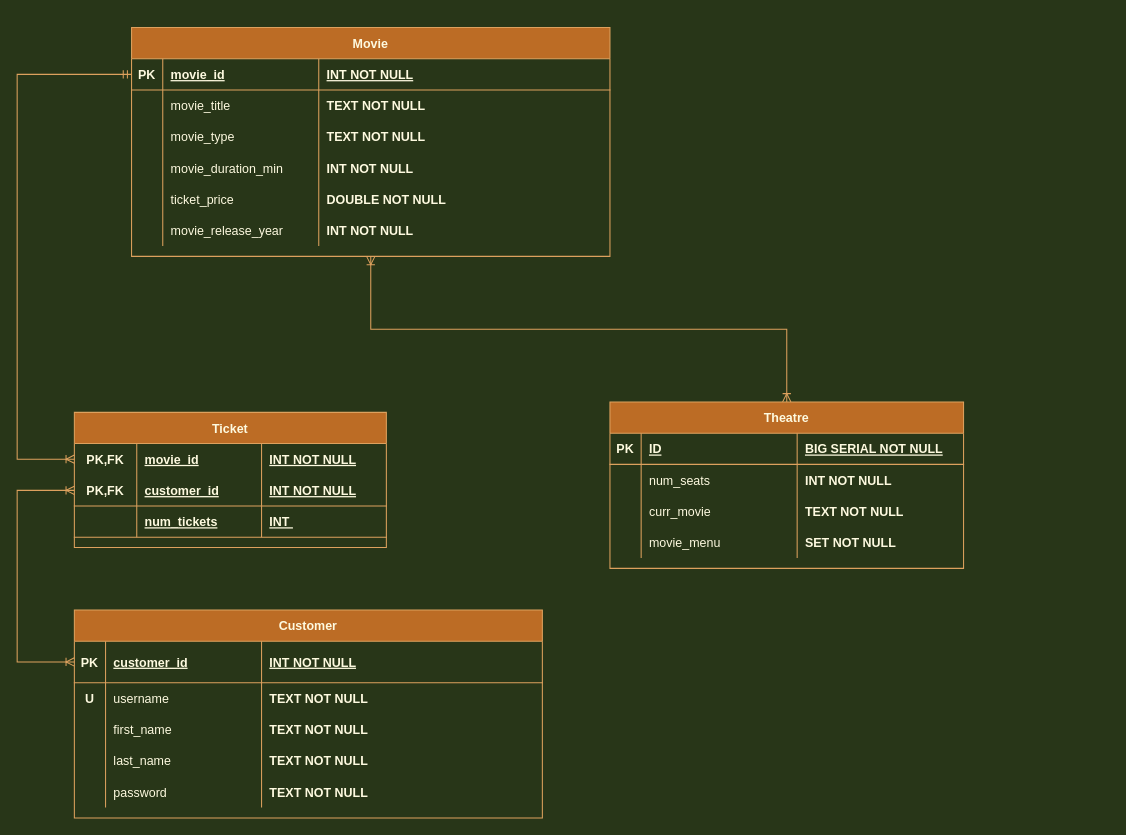
This is project_1-working_edr.drawio from Daebaks/CustomORM, a draw.io file, before an edit. Source tidied: cells renumbered, new cells numbered last; positions are measured from the earlier drawing's top-left corner, leaving out a move shared by most shapes. Both pictures are drawn from the tidied source at 104%, with x=0, y=0 at pixel (17, 27).
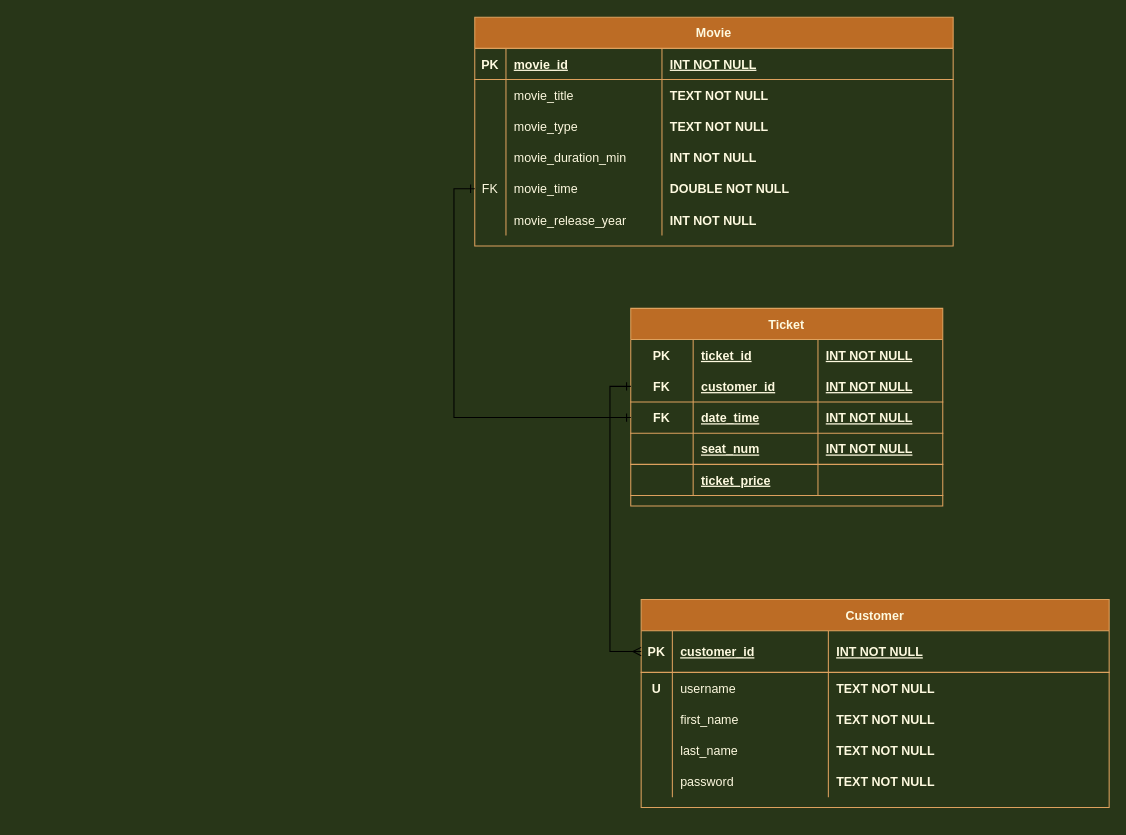
After the change.

Unchanged cells that the change refers to:
```xml
<mxCell id="4" style="shape=tableRow;horizontal=0;startSize=0;swimlaneHead=0;swimlaneBody=0;fillColor=none;points=[[0,0.5],[1,0.5]];portConstraint=eastwest;top=0;left=0;right=0;bottom=1;strokeColor=#DDA15E;fontColor=#FEFAE0;" parent="3" vertex="1">
  <mxGeometry y="30" width="460" height="30" as="geometry" />
</mxCell>
<mxCell id="20" style="shape=tableRow;horizontal=0;startSize=0;swimlaneHead=0;swimlaneBody=0;fillColor=none;top=0;left=0;right=0;bottom=0;strokeColor=#DDA15E;fontColor=#FEFAE0;" parent="3" vertex="1">
  <mxGeometry y="150" width="460" height="30" as="geometry" />
</mxCell>
<mxCell id="29" style="shape=tableRow;horizontal=0;startSize=0;swimlaneHead=0;swimlaneBody=0;fillColor=none;points=[[0,0.5],[1,0.5]];portConstraint=eastwest;top=0;left=0;right=0;bottom=0;strokeColor=#DDA15E;fontColor=#FEFAE0;" parent="28" vertex="1">
  <mxGeometry y="30" width="300" height="30" as="geometry" />
</mxCell>
<mxCell id="42" style="shape=tableRow;horizontal=0;startSize=0;swimlaneHead=0;swimlaneBody=0;fillColor=none;points=[[0,0.5],[1,0.5]];portConstraint=eastwest;top=0;left=0;right=0;bottom=1;strokeColor=#DDA15E;fontColor=#FEFAE0;" parent="41" vertex="1">
  <mxGeometry y="30" width="450" height="40" as="geometry" />
</mxCell>
```

Diff of the diagram source:
```diff
@@
-    <mxCell id="2" style="edgeStyle=orthogonalEdgeStyle;rounded=0;jettySize=auto;html=1;exitX=0.5;exitY=1;exitDx=0;exitDy=0;entryX=0.5;entryY=0;entryDx=0;entryDy=0;startArrow=ERoneToMany;startFill=0;endArrow=ERoneToMany;endFill=0;labelBackgroundColor=#283618;strokeColor=#DDA15E;fontColor=#FEFAE0;" parent="1" edge="1" source="3" target="64">
-      <mxGeometry relative="1" as="geometry" />
-    </mxCell>
     <mxCell id="3" value="Movie" style="shape=table;startSize=30;childLayout=tableLayout;rowLines=0;fontStyle=1;align=center;fillColor=#BC6C25;strokeColor=#DDA15E;fontColor=#FEFAE0;" parent="1" vertex="1">
-      <mxGeometry x="110" width="460" height="220" as="geometry" />
+      <mxGeometry x="440" y="-10" width="460" height="220" as="geometry" />
     </mxCell>
@@
-    <mxCell id="21" style="shape=partialRectangle;fillColor=none;top=0;left=0;bottom=0;right=0;overflow=hidden;strokeColor=#DDA15E;fontColor=#FEFAE0;" parent="20" vertex="1">
+    <mxCell id="21" value="FK" style="shape=partialRectangle;fillColor=none;top=0;left=0;bottom=0;right=0;overflow=hidden;strokeColor=#DDA15E;fontColor=#FEFAE0;" parent="20" vertex="1">
       <mxGeometry width="30" height="30" as="geometry" />
     </mxCell>
-    <mxCell id="22" value="ticket_price" style="shape=partialRectangle;fillColor=none;top=0;left=0;bottom=0;right=0;align=left;spacingLeft=6;overflow=hidden;strokeColor=#DDA15E;fontColor=#FEFAE0;" parent="20" vertex="1">
+    <mxCell id="22" value="movie_time" style="shape=partialRectangle;fillColor=none;top=0;left=0;bottom=0;right=0;align=left;spacingLeft=6;overflow=hidden;strokeColor=#DDA15E;fontColor=#FEFAE0;" parent="20" vertex="1">
       <mxGeometry x="30" width="150" height="30" as="geometry" />
     </mxCell>
@@
     <mxCell id="28" value="Ticket" style="shape=table;startSize=30;childLayout=tableLayout;rowLines=0;fontStyle=1;align=center;fillColor=#BC6C25;strokeColor=#DDA15E;fontColor=#FEFAE0;" parent="1" vertex="1">
-      <mxGeometry x="55" y="370" width="300" height="130" as="geometry" />
+      <mxGeometry x="590" y="270" width="300" height="190" as="geometry" />
     </mxCell>
@@
-    <mxCell id="30" value="PK,FK" style="shape=partialRectangle;fillColor=none;top=0;left=0;bottom=0;right=0;fontStyle=1;overflow=hidden;strokeColor=#DDA15E;fontColor=#FEFAE0;" parent="29" vertex="1">
+    <mxCell id="30" value="PK" style="shape=partialRectangle;fillColor=none;top=0;left=0;bottom=0;right=0;fontStyle=1;overflow=hidden;strokeColor=#DDA15E;fontColor=#FEFAE0;" parent="29" vertex="1">
       <mxGeometry width="60" height="30" as="geometry" />
     </mxCell>
-    <mxCell id="31" value="movie_id" style="shape=partialRectangle;fillColor=none;top=0;left=0;bottom=0;right=0;align=left;spacingLeft=6;fontStyle=5;overflow=hidden;strokeColor=#DDA15E;fontColor=#FEFAE0;" parent="29" vertex="1">
+    <mxCell id="31" value="ticket_id" style="shape=partialRectangle;fillColor=none;top=0;left=0;bottom=0;right=0;align=left;spacingLeft=6;fontStyle=5;overflow=hidden;strokeColor=#DDA15E;fontColor=#FEFAE0;" parent="29" vertex="1">
       <mxGeometry x="60" width="120" height="30" as="geometry" />
     </mxCell>
@@
+    <mxCell id="81" style="shape=tableRow;horizontal=0;startSize=0;swimlaneHead=0;swimlaneBody=0;fillColor=none;points=[[0,0.5],[1,0.5]];portConstraint=eastwest;top=0;left=0;right=0;bottom=1;strokeColor=#DDA15E;fontColor=#FEFAE0;" parent="28" vertex="1">
+      <mxGeometry y="60" width="300" height="30" as="geometry" />
+    </mxCell>
+    <mxCell id="82" value="FK" style="shape=partialRectangle;fillColor=none;top=0;left=0;bottom=0;right=0;fontStyle=1;overflow=hidden;strokeColor=#DDA15E;fontColor=#FEFAE0;" parent="81" vertex="1">
+      <mxGeometry width="60" height="30" as="geometry" />
+    </mxCell>
+    <mxCell id="83" value="customer_id" style="shape=partialRectangle;fillColor=none;top=0;left=0;bottom=0;right=0;align=left;spacingLeft=6;fontStyle=5;overflow=hidden;strokeColor=#DDA15E;fontColor=#FEFAE0;" parent="81" vertex="1">
+      <mxGeometry x="60" width="120" height="30" as="geometry" />
+    </mxCell>
+    <mxCell id="84" value="INT NOT NULL" style="shape=partialRectangle;fillColor=none;top=0;left=0;bottom=0;right=0;align=left;spacingLeft=6;fontStyle=5;overflow=hidden;strokeColor=#DDA15E;fontColor=#FEFAE0;" parent="81" vertex="1">
+      <mxGeometry x="180" width="120" height="30" as="geometry" />
+    </mxCell>
+    <mxCell id="37" style="shape=tableRow;horizontal=0;startSize=0;swimlaneHead=0;swimlaneBody=0;fillColor=none;points=[[0,0.5],[1,0.5]];portConstraint=eastwest;top=0;left=0;right=0;bottom=1;strokeColor=#DDA15E;fontColor=#FEFAE0;" parent="28" vertex="1">
+      <mxGeometry y="90" width="300" height="30" as="geometry" />
+    </mxCell>
+    <mxCell id="85" value="FK" style="shape=partialRectangle;fillColor=none;top=0;left=0;bottom=0;right=0;fontStyle=1;overflow=hidden;strokeColor=#DDA15E;fontColor=#FEFAE0;" parent="37" vertex="1">
+      <mxGeometry width="60" height="30" as="geometry" />
+    </mxCell>
+    <mxCell id="86" value="date_time" style="shape=partialRectangle;fillColor=none;top=0;left=0;bottom=0;right=0;align=left;spacingLeft=6;fontStyle=5;overflow=hidden;strokeColor=#DDA15E;fontColor=#FEFAE0;" parent="37" vertex="1">
+      <mxGeometry x="60" width="120" height="30" as="geometry" />
+    </mxCell>
+    <mxCell id="87" value="INT NOT NULL" style="shape=partialRectangle;fillColor=none;top=0;left=0;bottom=0;right=0;align=left;spacingLeft=6;fontStyle=5;overflow=hidden;strokeColor=#DDA15E;fontColor=#FEFAE0;" parent="37" vertex="1">
+      <mxGeometry x="180" width="120" height="30" as="geometry" />
+    </mxCell>
     <mxCell id="33" style="shape=tableRow;horizontal=0;startSize=0;swimlaneHead=0;swimlaneBody=0;fillColor=none;points=[[0,0.5],[1,0.5]];portConstraint=eastwest;top=0;left=0;right=0;bottom=1;strokeColor=#DDA15E;fontColor=#FEFAE0;" parent="28" vertex="1">
-      <mxGeometry y="60" width="300" height="30" as="geometry" />
+      <mxGeometry y="120" width="300" height="30" as="geometry" />
     </mxCell>
-    <mxCell id="34" value="PK,FK" style="shape=partialRectangle;fillColor=none;top=0;left=0;bottom=0;right=0;fontStyle=1;overflow=hidden;strokeColor=#DDA15E;fontColor=#FEFAE0;" parent="33" vertex="1">
+    <mxCell id="34" style="shape=partialRectangle;fillColor=none;top=0;left=0;bottom=0;right=0;fontStyle=1;overflow=hidden;strokeColor=#DDA15E;fontColor=#FEFAE0;" parent="33" vertex="1">
       <mxGeometry width="60" height="30" as="geometry" />
     </mxCell>
-    <mxCell id="35" value="customer_id" style="shape=partialRectangle;fillColor=none;top=0;left=0;bottom=0;right=0;align=left;spacingLeft=6;fontStyle=5;overflow=hidden;strokeColor=#DDA15E;fontColor=#FEFAE0;" parent="33" vertex="1">
+    <mxCell id="35" value="seat_num" style="shape=partialRectangle;fillColor=none;top=0;left=0;bottom=0;right=0;align=left;spacingLeft=6;fontStyle=5;overflow=hidden;strokeColor=#DDA15E;fontColor=#FEFAE0;" parent="33" vertex="1">
       <mxGeometry x="60" width="120" height="30" as="geometry" />
     </mxCell>
@@
-    <mxCell id="37" style="shape=tableRow;horizontal=0;startSize=0;swimlaneHead=0;swimlaneBody=0;fillColor=none;points=[[0,0.5],[1,0.5]];portConstraint=eastwest;top=0;left=0;right=0;bottom=1;strokeColor=#DDA15E;fontColor=#FEFAE0;" parent="28" vertex="1">
-      <mxGeometry y="90" width="300" height="30" as="geometry" />
-    </mxCell>
+    <mxCell id="88" style="shape=tableRow;horizontal=0;startSize=0;swimlaneHead=0;swimlaneBody=0;fillColor=none;top=0;left=0;right=0;bottom=1;strokeColor=#DDA15E;fontColor=#FEFAE0;" parent="28" vertex="1">
+      <mxGeometry y="150" width="300" height="30" as="geometry" />
+    </mxCell>
-    <mxCell id="38" style="shape=partialRectangle;fillColor=none;top=0;left=0;bottom=0;right=0;fontStyle=1;overflow=hidden;strokeColor=#DDA15E;fontColor=#FEFAE0;" parent="37" vertex="1">
+    <mxCell id="38" style="shape=partialRectangle;fillColor=none;top=0;left=0;bottom=0;right=0;fontStyle=1;overflow=hidden;strokeColor=#DDA15E;fontColor=#FEFAE0;" parent="88" vertex="1">
       <mxGeometry width="60" height="30" as="geometry" />
     </mxCell>
-    <mxCell id="39" value="num_tickets" style="shape=partialRectangle;fillColor=none;top=0;left=0;bottom=0;right=0;align=left;spacingLeft=6;fontStyle=5;overflow=hidden;strokeColor=#DDA15E;fontColor=#FEFAE0;" parent="37" vertex="1">
-      <mxGeometry x="60" width="120" height="30" as="geometry" />
-    </mxCell>
-    <mxCell id="40" value="INT " style="shape=partialRectangle;fillColor=none;top=0;left=0;bottom=0;right=0;align=left;spacingLeft=6;fontStyle=5;overflow=hidden;strokeColor=#DDA15E;fontColor=#FEFAE0;" parent="37" vertex="1">
-      <mxGeometry x="180" width="120" height="30" as="geometry" />
-    </mxCell>
+    <mxCell id="89" value="ticket_price" style="shape=partialRectangle;fillColor=none;top=0;left=0;bottom=0;right=0;align=left;spacingLeft=6;fontStyle=5;overflow=hidden;strokeColor=#DDA15E;fontColor=#FEFAE0;" parent="88" vertex="1">
+      <mxGeometry x="60" width="120" height="30" as="geometry" />
+    </mxCell>
+    <mxCell id="90" style="shape=partialRectangle;fillColor=none;top=0;left=0;bottom=0;right=0;align=left;spacingLeft=6;fontStyle=5;overflow=hidden;strokeColor=#DDA15E;fontColor=#FEFAE0;" parent="88" vertex="1">
+      <mxGeometry x="180" width="120" height="30" as="geometry" />
+    </mxCell>
     <mxCell id="41" value="Customer" style="shape=table;startSize=30;childLayout=tableLayout;rowLines=0;fontStyle=1;align=center;fillColor=#BC6C25;strokeColor=#DDA15E;fontColor=#FEFAE0;" parent="1" vertex="1">
-      <mxGeometry x="55" y="560" width="450" height="200" as="geometry" />
+      <mxGeometry x="600" y="550" width="450" height="200" as="geometry" />
     </mxCell>
@@
-    <mxCell id="62" style="edgeStyle=orthogonalEdgeStyle;rounded=0;jettySize=auto;html=1;exitX=0;exitY=0.5;exitDx=0;exitDy=0;startArrow=ERoneToMany;startFill=0;endArrow=ERmandOne;endFill=0;entryX=0;entryY=0.5;entryDx=0;entryDy=0;labelBackgroundColor=#283618;strokeColor=#DDA15E;fontColor=#FEFAE0;" parent="1" edge="1" source="29" target="4">
-      <mxGeometry relative="1" as="geometry">
-        <Array as="points">
-          <mxPoint y="415" />
-          <mxPoint y="45" />
-        </Array>
-      </mxGeometry>
-    </mxCell>
-    <mxCell id="63" style="edgeStyle=orthogonalEdgeStyle;rounded=0;jettySize=auto;html=1;exitX=0;exitY=0.5;exitDx=0;exitDy=0;entryX=0;entryY=0.5;entryDx=0;entryDy=0;startArrow=ERoneToMany;startFill=0;endArrow=ERoneToMany;endFill=0;labelBackgroundColor=#283618;strokeColor=#DDA15E;fontColor=#FEFAE0;" parent="1" edge="1" source="33" target="42">
-      <mxGeometry relative="1" as="geometry">
-        <Array as="points">
-          <mxPoint y="445" />
-          <mxPoint y="610" />
-        </Array>
-      </mxGeometry>
-    </mxCell>
-    <mxCell id="64" value="Theatre" style="shape=table;startSize=30;childLayout=tableLayout;rowLines=0;fontStyle=1;align=center;fillColor=#BC6C25;strokeColor=#DDA15E;fontColor=#FEFAE0;" parent="1" vertex="1">
-      <mxGeometry x="570" y="360" width="340" height="160" as="geometry" />
-    </mxCell>
-    <mxCell id="65" style="shape=tableRow;horizontal=0;startSize=0;swimlaneHead=0;swimlaneBody=0;fillColor=none;top=0;left=0;right=0;bottom=1;strokeColor=#DDA15E;fontColor=#FEFAE0;" parent="64" vertex="1">
-      <mxGeometry y="30" width="340" height="30" as="geometry" />
-    </mxCell>
-    <mxCell id="66" value="PK" style="shape=partialRectangle;fillColor=none;top=0;left=0;bottom=0;right=0;fontStyle=1;overflow=hidden;strokeColor=#DDA15E;fontColor=#FEFAE0;" parent="65" vertex="1">
-      <mxGeometry width="30" height="30" as="geometry" />
-    </mxCell>
-    <mxCell id="67" value="ID" style="shape=partialRectangle;fillColor=none;top=0;left=0;bottom=0;right=0;align=left;spacingLeft=6;fontStyle=5;overflow=hidden;strokeColor=#DDA15E;fontColor=#FEFAE0;" parent="65" vertex="1">
-      <mxGeometry x="30" width="150" height="30" as="geometry" />
-    </mxCell>
-    <mxCell id="68" value="BIG SERIAL NOT NULL" style="shape=partialRectangle;fillColor=none;top=0;left=0;bottom=0;right=0;align=left;spacingLeft=6;fontStyle=5;overflow=hidden;strokeColor=#DDA15E;fontColor=#FEFAE0;" parent="65" vertex="1">
-      <mxGeometry x="180" width="160" height="30" as="geometry" />
-    </mxCell>
-    <mxCell id="69" style="shape=tableRow;horizontal=0;startSize=0;swimlaneHead=0;swimlaneBody=0;fillColor=none;top=0;left=0;right=0;bottom=0;strokeColor=#DDA15E;fontColor=#FEFAE0;" parent="64" vertex="1">
-      <mxGeometry y="60" width="340" height="30" as="geometry" />
-    </mxCell>
-    <mxCell id="70" style="shape=partialRectangle;fillColor=none;top=0;left=0;bottom=0;right=0;overflow=hidden;strokeColor=#DDA15E;fontColor=#FEFAE0;" parent="69" vertex="1">
-      <mxGeometry width="30" height="30" as="geometry" />
-    </mxCell>
-    <mxCell id="71" value="num_seats" style="shape=partialRectangle;fillColor=none;top=0;left=0;bottom=0;right=0;align=left;spacingLeft=6;overflow=hidden;strokeColor=#DDA15E;fontColor=#FEFAE0;" parent="69" vertex="1">
-      <mxGeometry x="30" width="150" height="30" as="geometry" />
-    </mxCell>
-    <mxCell id="72" value="INT NOT NULL" style="shape=partialRectangle;fillColor=none;top=0;left=0;bottom=0;right=0;align=left;spacingLeft=6;overflow=hidden;fontStyle=1;strokeColor=#DDA15E;fontColor=#FEFAE0;" parent="69" vertex="1">
-      <mxGeometry x="180" width="160" height="30" as="geometry" />
-    </mxCell>
-    <mxCell id="73" style="shape=tableRow;horizontal=0;startSize=0;swimlaneHead=0;swimlaneBody=0;fillColor=none;top=0;left=0;right=0;bottom=0;strokeColor=#DDA15E;fontColor=#FEFAE0;" parent="64" vertex="1">
-      <mxGeometry y="90" width="340" height="30" as="geometry" />
-    </mxCell>
-    <mxCell id="74" style="shape=partialRectangle;fillColor=none;top=0;left=0;bottom=0;right=0;overflow=hidden;strokeColor=#DDA15E;fontColor=#FEFAE0;" parent="73" vertex="1">
-      <mxGeometry width="30" height="30" as="geometry" />
-    </mxCell>
-    <mxCell id="75" value="curr_movie" style="shape=partialRectangle;fillColor=none;top=0;left=0;bottom=0;right=0;align=left;spacingLeft=6;overflow=hidden;strokeColor=#DDA15E;fontColor=#FEFAE0;" parent="73" vertex="1">
-      <mxGeometry x="30" width="150" height="30" as="geometry" />
-    </mxCell>
-    <mxCell id="76" value="TEXT NOT NULL" style="shape=partialRectangle;fillColor=none;top=0;left=0;bottom=0;right=0;align=left;spacingLeft=6;overflow=hidden;fontStyle=1;strokeColor=#DDA15E;fontColor=#FEFAE0;" parent="73" vertex="1">
-      <mxGeometry x="180" width="160" height="30" as="geometry" />
-    </mxCell>
-    <mxCell id="77" style="shape=tableRow;horizontal=0;startSize=0;swimlaneHead=0;swimlaneBody=0;fillColor=none;top=0;left=0;right=0;bottom=0;strokeColor=#DDA15E;fontColor=#FEFAE0;" parent="64" vertex="1">
-      <mxGeometry y="120" width="340" height="30" as="geometry" />
-    </mxCell>
-    <mxCell id="78" style="shape=partialRectangle;fillColor=none;top=0;left=0;bottom=0;right=0;overflow=hidden;strokeColor=#DDA15E;fontColor=#FEFAE0;" parent="77" vertex="1">
-      <mxGeometry width="30" height="30" as="geometry" />
-    </mxCell>
-    <mxCell id="79" value="movie_menu" style="shape=partialRectangle;fillColor=none;top=0;left=0;bottom=0;right=0;align=left;spacingLeft=6;overflow=hidden;strokeColor=#DDA15E;fontColor=#FEFAE0;" parent="77" vertex="1">
-      <mxGeometry x="30" width="150" height="30" as="geometry" />
-    </mxCell>
-    <mxCell id="80" value="SET NOT NULL" style="shape=partialRectangle;fillColor=none;top=0;left=0;bottom=0;right=0;align=left;spacingLeft=6;overflow=hidden;fontStyle=1;strokeColor=#DDA15E;fontColor=#FEFAE0;" parent="77" vertex="1">
-      <mxGeometry x="180" width="160" height="30" as="geometry" />
-    </mxCell>
+    <mxCell id="91" style="edgeStyle=orthogonalEdgeStyle;rounded=0;jettySize=auto;html=1;exitX=0;exitY=0.5;exitDx=0;exitDy=0;entryX=0;entryY=0.5;entryDx=0;entryDy=0;startArrow=ERmany;startFill=0;endArrow=ERone;endFill=0;" parent="1" edge="1" source="42" target="81">
+      <mxGeometry relative="1" as="geometry" />
+    </mxCell>
+    <mxCell id="92" style="edgeStyle=orthogonalEdgeStyle;rounded=0;jettySize=auto;html=1;exitX=0;exitY=0.5;exitDx=0;exitDy=0;entryX=0;entryY=0.75;entryDx=0;entryDy=0;startArrow=ERone;startFill=0;endArrow=ERone;endFill=0;" parent="1" edge="1" source="37" target="3">
+      <mxGeometry relative="1" as="geometry" />
+    </mxCell>
```
